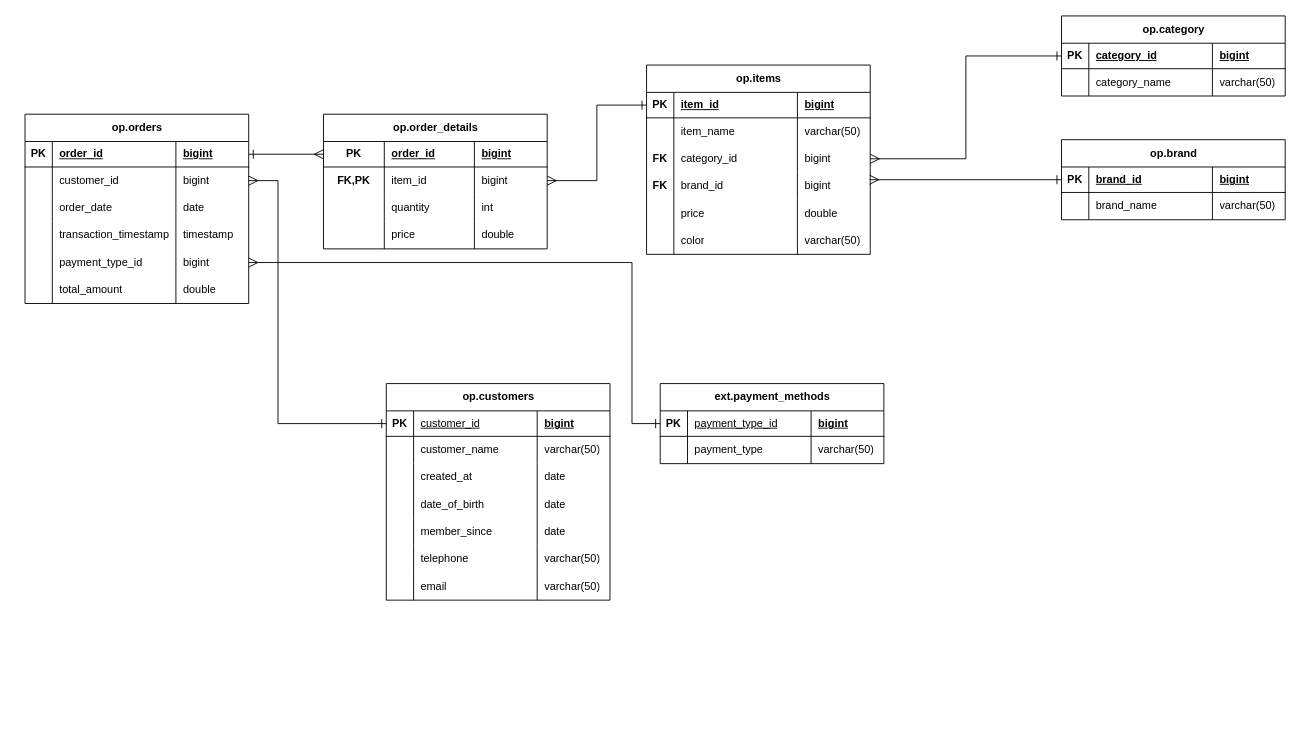
The draw.io diagram gizmobox_sls.drawio in HariHaraChandar0715/gizmobox_sales_project_de, before the edit. Source tidied: cells renumbered, new cells numbered last; positions are measured from the earlier drawing's top-left corner, leaving out a move shared by most shapes. Both pictures are drawn from the tidied source at 91%, with x=0, y=0 at pixel (25, 15).
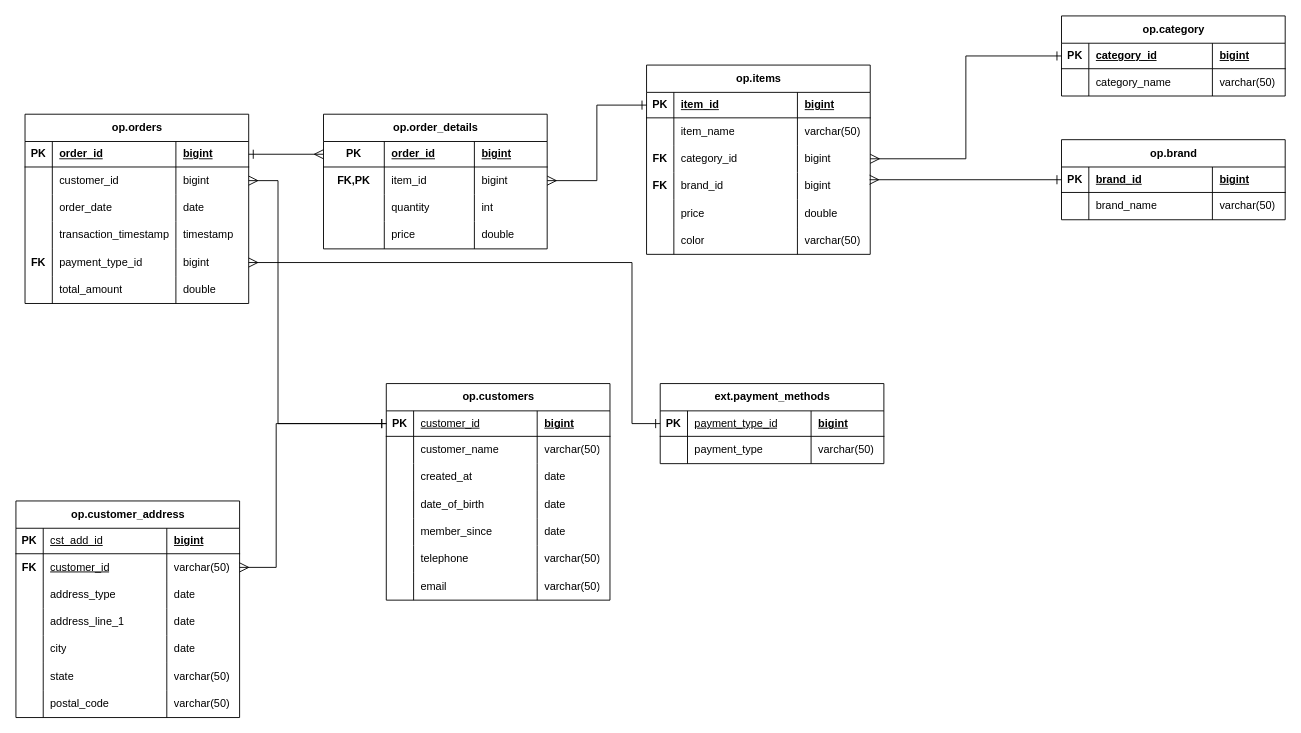
The same diagram, later.

Commit message:
UPDATED LND CST ADDR SCHEMA

The change refers to these unchanged cells:
```xml
<mxCell id="19" style="shape=tableRow;horizontal=0;startSize=0;swimlaneHead=0;swimlaneBody=0;fillColor=none;points=[[0,0.5],[1,0.5]];portConstraint=eastwest;top=0;left=0;right=0;bottom=0;" parent="2" vertex="1">
  <mxGeometry y="148" width="245.8" height="30" as="geometry" />
</mxCell>
<mxCell id="92" style="shape=tableRow;horizontal=0;startSize=0;swimlaneHead=0;swimlaneBody=0;fillColor=none;points=[[0,0.5],[1,0.5]];portConstraint=eastwest;top=0;left=0;right=0;bottom=1;" parent="91" vertex="1">
  <mxGeometry y="30" width="245.8" height="28" as="geometry" />
</mxCell>
```

Change to the diagram source:
```diff
@@
-    <mxCell id="20" style="shape=partialRectangle;fillColor=none;top=0;left=0;bottom=0;right=0;overflow=hidden;whiteSpace=wrap;html=1;" parent="19" vertex="1">
+    <mxCell id="20" value="&lt;b&gt;FK&lt;/b&gt;" style="shape=partialRectangle;fillColor=none;top=0;left=0;bottom=0;right=0;overflow=hidden;whiteSpace=wrap;html=1;" parent="19" vertex="1">
       <mxGeometry width="30" height="30" as="geometry" />
     </mxCell>
@@
+    <mxCell id="131" value="op.customer_address" style="shape=table;startSize=30;childLayout=tableLayout;rowLines=0;fontStyle=1;align=center;html=1;" parent="1" vertex="1">
+      <mxGeometry x="-10" y="533" width="245.8" height="238" as="geometry" />
+    </mxCell>
+    <mxCell id="132" style="shape=tableRow;horizontal=0;startSize=0;swimlaneHead=0;swimlaneBody=0;fillColor=none;top=0;left=0;right=0;bottom=1;" parent="131" vertex="1">
+      <mxGeometry y="30" width="245.8" height="28" as="geometry" />
+    </mxCell>
+    <mxCell id="133" value="PK" style="shape=partialRectangle;fillColor=none;top=0;left=0;bottom=0;right=0;fontStyle=1;overflow=hidden;whiteSpace=wrap;html=1;" parent="132" vertex="1">
+      <mxGeometry width="30" height="28" as="geometry" />
+    </mxCell>
+    <mxCell id="134" value="&lt;span style=&quot;font-weight: 400;&quot;&gt;cst_add_id&lt;/span&gt;" style="shape=partialRectangle;fillColor=none;top=0;left=0;bottom=0;right=0;align=left;spacingLeft=6;fontStyle=5;overflow=hidden;whiteSpace=wrap;html=1;" parent="132" vertex="1">
+      <mxGeometry x="30" width="135.8" height="28" as="geometry" />
+    </mxCell>
+    <mxCell id="135" value="bigint" style="shape=partialRectangle;fillColor=none;top=0;left=0;bottom=0;right=0;align=left;spacingLeft=6;fontStyle=5;overflow=hidden;whiteSpace=wrap;html=1;" parent="132" vertex="1">
+      <mxGeometry x="165.8" width="80" height="28" as="geometry" />
+    </mxCell>
+    <mxCell id="136" style="shape=tableRow;horizontal=0;startSize=0;swimlaneHead=0;swimlaneBody=0;fillColor=none;points=[[0,0.5],[1,0.5]];portConstraint=eastwest;top=0;left=0;right=0;bottom=0;" parent="131" vertex="1">
+      <mxGeometry y="58" width="245.8" height="30" as="geometry" />
+    </mxCell>
+    <mxCell id="137" value="&lt;b&gt;FK&lt;/b&gt;" style="shape=partialRectangle;fillColor=none;top=0;left=0;bottom=0;right=0;overflow=hidden;whiteSpace=wrap;html=1;" parent="136" vertex="1">
+      <mxGeometry width="30" height="30" as="geometry" />
+    </mxCell>
+    <mxCell id="138" value="&lt;span style=&quot;text-decoration-line: underline;&quot;&gt;customer_id&lt;/span&gt;" style="shape=partialRectangle;fillColor=none;top=0;left=0;bottom=0;right=0;align=left;spacingLeft=6;overflow=hidden;whiteSpace=wrap;html=1;" parent="136" vertex="1">
+      <mxGeometry x="30" width="135.8" height="30" as="geometry" />
+    </mxCell>
+    <mxCell id="139" value="varchar(50)" style="shape=partialRectangle;fillColor=none;top=0;left=0;bottom=0;right=0;align=left;spacingLeft=6;overflow=hidden;whiteSpace=wrap;html=1;" parent="136" vertex="1">
+      <mxGeometry x="165.8" width="80" height="30" as="geometry" />
+    </mxCell>
+    <mxCell id="140" style="shape=tableRow;horizontal=0;startSize=0;swimlaneHead=0;swimlaneBody=0;fillColor=none;top=0;left=0;right=0;bottom=0;" parent="131" vertex="1">
+      <mxGeometry y="88" width="245.8" height="30" as="geometry" />
+    </mxCell>
+    <mxCell id="141" style="shape=partialRectangle;fillColor=none;top=0;left=0;bottom=0;right=0;overflow=hidden;whiteSpace=wrap;html=1;" parent="140" vertex="1">
+      <mxGeometry width="30" height="30" as="geometry" />
+    </mxCell>
+    <mxCell id="142" value="address_type" style="shape=partialRectangle;fillColor=none;top=0;left=0;bottom=0;right=0;align=left;spacingLeft=6;overflow=hidden;whiteSpace=wrap;html=1;" parent="140" vertex="1">
+      <mxGeometry x="30" width="135.8" height="30" as="geometry" />
+    </mxCell>
+    <mxCell id="143" value="date" style="shape=partialRectangle;fillColor=none;top=0;left=0;bottom=0;right=0;align=left;spacingLeft=6;overflow=hidden;whiteSpace=wrap;html=1;" parent="140" vertex="1">
+      <mxGeometry x="165.8" width="80" height="30" as="geometry" />
+    </mxCell>
+    <mxCell id="144" style="shape=tableRow;horizontal=0;startSize=0;swimlaneHead=0;swimlaneBody=0;fillColor=none;top=0;left=0;right=0;bottom=0;" parent="131" vertex="1">
+      <mxGeometry y="118" width="245.8" height="30" as="geometry" />
+    </mxCell>
+    <mxCell id="145" style="shape=partialRectangle;fillColor=none;top=0;left=0;bottom=0;right=0;overflow=hidden;whiteSpace=wrap;html=1;" parent="144" vertex="1">
+      <mxGeometry width="30" height="30" as="geometry" />
+    </mxCell>
+    <mxCell id="146" value="address_line_1" style="shape=partialRectangle;fillColor=none;top=0;left=0;bottom=0;right=0;align=left;spacingLeft=6;overflow=hidden;whiteSpace=wrap;html=1;" parent="144" vertex="1">
+      <mxGeometry x="30" width="135.8" height="30" as="geometry" />
+    </mxCell>
+    <mxCell id="147" value="date" style="shape=partialRectangle;fillColor=none;top=0;left=0;bottom=0;right=0;align=left;spacingLeft=6;overflow=hidden;whiteSpace=wrap;html=1;" parent="144" vertex="1">
+      <mxGeometry x="165.8" width="80" height="30" as="geometry" />
+    </mxCell>
+    <mxCell id="148" style="shape=tableRow;horizontal=0;startSize=0;swimlaneHead=0;swimlaneBody=0;fillColor=none;top=0;left=0;right=0;bottom=0;" parent="131" vertex="1">
+      <mxGeometry y="148" width="245.8" height="30" as="geometry" />
+    </mxCell>
+    <mxCell id="149" style="shape=partialRectangle;fillColor=none;top=0;left=0;bottom=0;right=0;overflow=hidden;whiteSpace=wrap;html=1;" parent="148" vertex="1">
+      <mxGeometry width="30" height="30" as="geometry" />
+    </mxCell>
+    <mxCell id="150" value="city" style="shape=partialRectangle;fillColor=none;top=0;left=0;bottom=0;right=0;align=left;spacingLeft=6;overflow=hidden;whiteSpace=wrap;html=1;" parent="148" vertex="1">
+      <mxGeometry x="30" width="135.8" height="30" as="geometry" />
+    </mxCell>
+    <mxCell id="151" value="date" style="shape=partialRectangle;fillColor=none;top=0;left=0;bottom=0;right=0;align=left;spacingLeft=6;overflow=hidden;whiteSpace=wrap;html=1;" parent="148" vertex="1">
+      <mxGeometry x="165.8" width="80" height="30" as="geometry" />
+    </mxCell>
+    <mxCell id="152" style="shape=tableRow;horizontal=0;startSize=0;swimlaneHead=0;swimlaneBody=0;fillColor=none;top=0;left=0;right=0;bottom=0;" parent="131" vertex="1">
+      <mxGeometry y="178" width="245.8" height="30" as="geometry" />
+    </mxCell>
+    <mxCell id="153" style="shape=partialRectangle;fillColor=none;top=0;left=0;bottom=0;right=0;overflow=hidden;whiteSpace=wrap;html=1;" parent="152" vertex="1">
+      <mxGeometry width="30" height="30" as="geometry" />
+    </mxCell>
+    <mxCell id="154" value="state" style="shape=partialRectangle;fillColor=none;top=0;left=0;bottom=0;right=0;align=left;spacingLeft=6;overflow=hidden;whiteSpace=wrap;html=1;" parent="152" vertex="1">
+      <mxGeometry x="30" width="135.8" height="30" as="geometry" />
+    </mxCell>
+    <mxCell id="155" value="varchar(50)" style="shape=partialRectangle;fillColor=none;top=0;left=0;bottom=0;right=0;align=left;spacingLeft=6;overflow=hidden;whiteSpace=wrap;html=1;" parent="152" vertex="1">
+      <mxGeometry x="165.8" width="80" height="30" as="geometry" />
+    </mxCell>
+    <mxCell id="156" style="shape=tableRow;horizontal=0;startSize=0;swimlaneHead=0;swimlaneBody=0;fillColor=none;top=0;left=0;right=0;bottom=0;" parent="131" vertex="1">
+      <mxGeometry y="208" width="245.8" height="30" as="geometry" />
+    </mxCell>
+    <mxCell id="157" style="shape=partialRectangle;fillColor=none;top=0;left=0;bottom=0;right=0;overflow=hidden;whiteSpace=wrap;html=1;" parent="156" vertex="1">
+      <mxGeometry width="30" height="30" as="geometry" />
+    </mxCell>
+    <mxCell id="158" value="postal_code" style="shape=partialRectangle;fillColor=none;top=0;left=0;bottom=0;right=0;align=left;spacingLeft=6;overflow=hidden;whiteSpace=wrap;html=1;" parent="156" vertex="1">
+      <mxGeometry x="30" width="135.8" height="30" as="geometry" />
+    </mxCell>
+    <mxCell id="159" value="varchar(50)" style="shape=partialRectangle;fillColor=none;top=0;left=0;bottom=0;right=0;align=left;spacingLeft=6;overflow=hidden;whiteSpace=wrap;html=1;" parent="156" vertex="1">
+      <mxGeometry x="165.8" width="80" height="30" as="geometry" />
+    </mxCell>
+    <mxCell id="160" style="edgeStyle=orthogonalEdgeStyle;rounded=0;jettySize=auto;html=1;exitX=0;exitY=0.5;exitDx=0;exitDy=0;entryX=1;entryY=0.5;entryDx=0;entryDy=0;fontSize=12;startSize=8;endSize=8;endArrow=ERmany;endFill=0;startArrow=ERone;startFill=0;" parent="1" edge="1" source="92" target="136">
+      <mxGeometry relative="1" as="geometry">
+        <Array as="points">
+          <mxPoint x="276" y="448" />
+          <mxPoint x="276" y="606" />
+        </Array>
+      </mxGeometry>
+    </mxCell>
```
